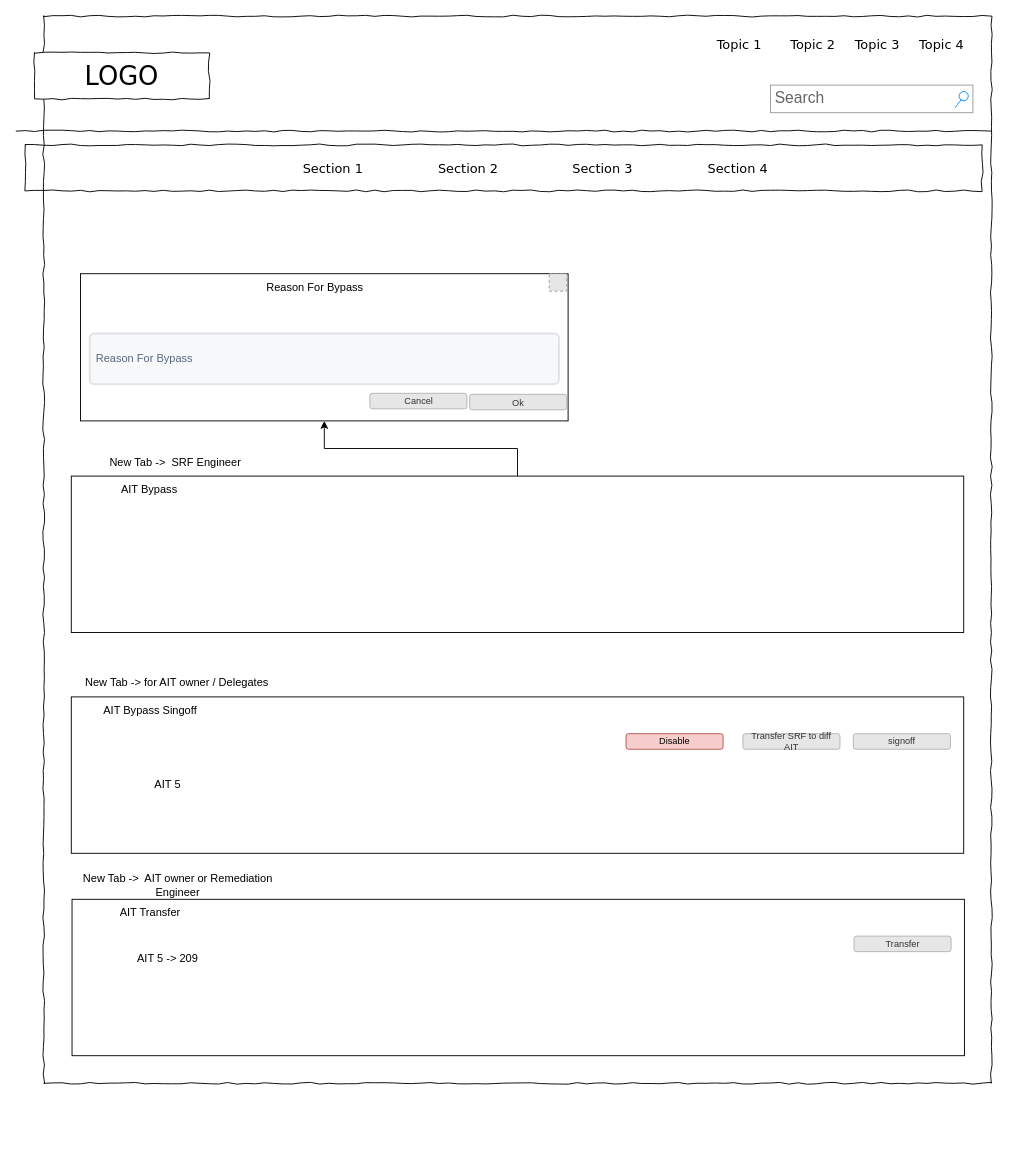
The draw.io diagram page "Page-1" (1 of 2) of EPS - PI-17 - Use-cases.drawio in nilaratandas/drowInventory, before the edit. Source tidied: cells renumbered, new cells numbered last; positions are measured from the earlier drawing's top-left corner, leaving out a move shared by most shapes. Both pictures are drawn from the tidied source at 92%, with x=0, y=0 at pixel (16, 16). Pictures stored in the file or linked from it are replaced by grey dashed boxes.
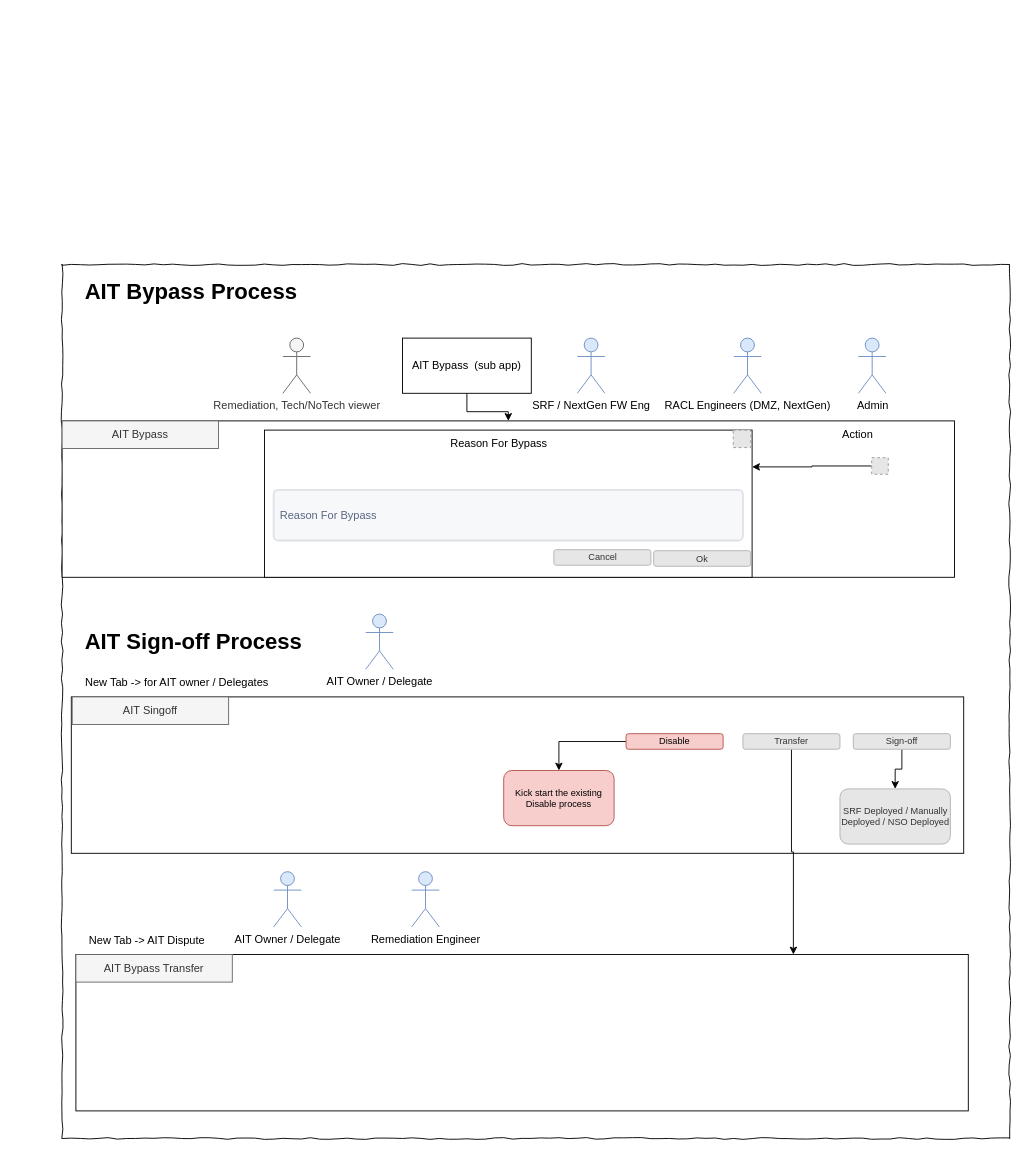
The same diagram, later.

Diff of the diagram source:
```diff
@@
     <mxCell id="2" style="whiteSpace=wrap;html=1;rounded=0;shadow=0;labelBackgroundColor=none;strokeColor=#000000;strokeWidth=1;fillColor=none;fontFamily=Verdana;fontSize=12;fontColor=#000000;align=center;comic=1;" parent="1" vertex="1">
-      <mxGeometry x="30" width="1030" height="1160" as="geometry" />
+      <mxGeometry x="50" y="270" width="1030" height="950" as="geometry" />
     </mxCell>
-    <mxCell id="3" value="LOGO" style="whiteSpace=wrap;html=1;rounded=0;shadow=0;labelBackgroundColor=none;strokeWidth=1;fontFamily=Verdana;fontSize=28;align=center;comic=1;" parent="1" vertex="1">
-      <mxGeometry x="20" y="40" width="190" height="50" as="geometry" />
-    </mxCell>
-    <mxCell id="4" value="Search" style="strokeWidth=1;shadow=0;dashed=0;align=center;html=1;shape=mxgraph.mockup.forms.searchBox;strokeColor=#999999;mainText=;strokeColor2=#008cff;fontColor=#666666;fontSize=17;align=left;spacingLeft=3;rounded=0;labelBackgroundColor=none;comic=1;" parent="1" vertex="1">
-      <mxGeometry x="820" y="75" width="220" height="30" as="geometry" />
-    </mxCell>
-    <mxCell id="5" value="Topic 1" style="text;html=1;align=left;verticalAlign=top;spacingTop=-4;fontSize=14;fontFamily=Verdana;" parent="1" vertex="1">
-      <mxGeometry x="760" y="20" width="60" height="20" as="geometry" />
-    </mxCell>
-    <mxCell id="6" value="Topic 2" style="text;html=1;align=left;verticalAlign=top;spacingTop=-4;fontSize=14;fontFamily=Verdana;" parent="1" vertex="1">
-      <mxGeometry x="840" y="20" width="60" height="20" as="geometry" />
-    </mxCell>
-    <mxCell id="7" value="Topic 3" style="text;html=1;align=left;verticalAlign=top;spacingTop=-4;fontSize=14;fontFamily=Verdana;" parent="1" vertex="1">
-      <mxGeometry x="910" y="20" width="60" height="20" as="geometry" />
-    </mxCell>
-    <mxCell id="8" value="Topic 4" style="text;html=1;align=left;verticalAlign=top;spacingTop=-4;fontSize=14;fontFamily=Verdana;" parent="1" vertex="1">
-      <mxGeometry x="980" y="20" width="60" height="20" as="geometry" />
-    </mxCell>
-    <mxCell id="9" style="line;strokeWidth=1;html=1;rounded=0;shadow=0;labelBackgroundColor=none;fillColor=none;fontFamily=Verdana;fontSize=14;fontColor=#000000;align=center;comic=1;" parent="1" vertex="1">
-      <mxGeometry y="120" width="1060" height="10" as="geometry" />
-    </mxCell>
-    <mxCell id="10" style="whiteSpace=wrap;html=1;rounded=0;shadow=0;labelBackgroundColor=none;strokeWidth=1;fillColor=none;fontFamily=Verdana;fontSize=12;align=center;comic=1;" parent="1" vertex="1">
-      <mxGeometry x="10" y="140" width="1040" height="50" as="geometry" />
-    </mxCell>
-    <mxCell id="11" value="Section 1" style="text;html=1;align=left;verticalAlign=top;spacingTop=-4;fontSize=14;fontFamily=Verdana;" parent="1" vertex="1">
-      <mxGeometry x="310" y="155" width="60" height="20" as="geometry" />
-    </mxCell>
-    <mxCell id="12" value="Section 2" style="text;html=1;align=left;verticalAlign=top;spacingTop=-4;fontSize=14;fontFamily=Verdana;" parent="1" vertex="1">
-      <mxGeometry x="457" y="155" width="60" height="20" as="geometry" />
-    </mxCell>
-    <mxCell id="13" value="Section 3" style="text;html=1;align=left;verticalAlign=top;spacingTop=-4;fontSize=14;fontFamily=Verdana;" parent="1" vertex="1">
-      <mxGeometry x="603" y="155" width="60" height="20" as="geometry" />
-    </mxCell>
-    <mxCell id="14" value="Section 4" style="text;html=1;align=left;verticalAlign=top;spacingTop=-4;fontSize=14;fontFamily=Verdana;" parent="1" vertex="1">
-      <mxGeometry x="750" y="155" width="60" height="20" as="geometry" />
-    </mxCell>
+    <mxCell id="25" style="rounded=0;whiteSpace=wrap;html=1;" parent="1" vertex="1">
+      <mxGeometry x="60" y="740" width="970" height="170" as="geometry" />
+    </mxCell>
+    <mxCell id="26" value="AIT Singoff" style="text;html=1;strokeColor=#666666;fillColor=#f5f5f5;align=center;verticalAlign=middle;whiteSpace=wrap;rounded=0;fontColor=#333333;" parent="1" vertex="1">
+      <mxGeometry x="61" y="740" width="170" height="30" as="geometry" />
+    </mxCell>
+    <mxCell id="27" value="New Tab -&amp;gt; for AIT owner / Delegates" style="text;html=1;strokeColor=none;fillColor=none;align=center;verticalAlign=middle;whiteSpace=wrap;rounded=0;" parent="1" vertex="1">
+      <mxGeometry x="60" y="710" width="230" height="30" as="geometry" />
+    </mxCell>
+    <mxCell id="37" style="edgeStyle=orthogonalEdgeStyle;rounded=0;jettySize=auto;html=1;" parent="1" edge="1" source="28" target="55">
+      <mxGeometry relative="1" as="geometry" />
+    </mxCell>
+    <mxCell id="28" value="Sign-off" style="rounded=1;html=1;shadow=0;dashed=0;whiteSpace=wrap;fontSize=10;fillColor=#E6E6E6;align=center;strokeColor=#B3B3B3;fontColor=#333333;" parent="1" vertex="1">
+      <mxGeometry x="910" y="780" width="105.5" height="16.9" as="geometry" />
+    </mxCell>
+    <mxCell id="38" style="edgeStyle=orthogonalEdgeStyle;rounded=0;jettySize=auto;html=1;entryX=0.804;entryY=0;entryDx=0;entryDy=0;entryPerimeter=0;" parent="1" edge="1" source="29" target="30">
+      <mxGeometry relative="1" as="geometry" />
+    </mxCell>
+    <mxCell id="29" value="Transfer" style="rounded=1;html=1;shadow=0;dashed=0;whiteSpace=wrap;fontSize=10;fillColor=#E6E6E6;align=center;strokeColor=#B3B3B3;fontColor=#333333;" parent="1" vertex="1">
+      <mxGeometry x="790" y="780" width="105.5" height="16.9" as="geometry" />
+    </mxCell>
+    <mxCell id="39" style="edgeStyle=orthogonalEdgeStyle;rounded=0;jettySize=auto;html=1;" parent="1" edge="1" source="34" target="54">
+      <mxGeometry relative="1" as="geometry" />
+    </mxCell>
+    <mxCell id="34" value="Disable" style="rounded=1;html=1;shadow=0;dashed=0;whiteSpace=wrap;fontSize=10;fillColor=#f8cecc;align=center;strokeColor=#b85450;" parent="1" vertex="1">
+      <mxGeometry x="663" y="780" width="105.5" height="16.9" as="geometry" />
+    </mxCell>
+    <mxCell id="40" value="&lt;h1&gt;AIT Bypass Process&lt;/h1&gt;" style="text;html=1;strokeColor=none;fillColor=none;spacing=5;spacingTop=-20;whiteSpace=wrap;overflow=hidden;rounded=0;" parent="1" vertex="1">
+      <mxGeometry x="70" y="280" width="320" height="50" as="geometry" />
+    </mxCell>
+    <mxCell id="41" style="group;" parent="1" vertex="1">
+      <mxGeometry x="50" y="350" width="970" height="260" as="geometry" />
+    </mxCell>
+    <mxCell id="42" style="group;" parent="41" vertex="1">
+      <mxGeometry y="60" width="970" height="200" as="geometry" />
+    </mxCell>
+    <mxCell id="22" style="rounded=0;whiteSpace=wrap;html=1;" parent="42" vertex="1">
+      <mxGeometry y="30" width="970" height="170" as="geometry" />
+    </mxCell>
+    <mxCell id="23" value="AIT Bypass" style="text;html=1;strokeColor=#666666;fillColor=#f5f5f5;align=center;verticalAlign=middle;whiteSpace=wrap;rounded=0;fontColor=#333333;" parent="42" vertex="1">
+      <mxGeometry y="30" width="170" height="30" as="geometry" />
+    </mxCell>
+    <mxCell id="43" style="group;" parent="42" vertex="1">
+      <mxGeometry x="220" y="40" width="530" height="160" as="geometry" />
+    </mxCell>
-    <mxCell id="15" style="rounded=0;whiteSpace=wrap;html=1;" parent="1" vertex="1">
-      <mxGeometry x="70" y="280" width="530" height="160" as="geometry" />
+    <mxCell id="15" style="rounded=0;whiteSpace=wrap;html=1;" parent="43" vertex="1">
+      <mxGeometry width="530" height="160" as="geometry" />
     </mxCell>
-    <mxCell id="16" value="Reason For Bypass" style="text;html=1;strokeColor=none;fillColor=none;align=center;verticalAlign=middle;whiteSpace=wrap;rounded=0;" parent="1" vertex="1">
-      <mxGeometry x="240" y="280" width="170" height="30" as="geometry" />
+    <mxCell id="16" value="Reason For Bypass" style="text;html=1;strokeColor=none;fillColor=none;align=center;verticalAlign=middle;whiteSpace=wrap;rounded=0;" parent="43" vertex="1">
+      <mxGeometry x="170" width="170" height="30" as="geometry" />
     </mxCell>
-    <mxCell id="17" value="Ok" style="rounded=1;html=1;shadow=0;dashed=0;whiteSpace=wrap;fontSize=10;fillColor=#E6E6E6;align=center;strokeColor=#B3B3B3;fontColor=#333333;" parent="1" vertex="1">
-      <mxGeometry x="493" y="411.1" width="105.5" height="16.9" as="geometry" />
+    <mxCell id="17" value="Ok" style="rounded=1;html=1;shadow=0;dashed=0;whiteSpace=wrap;fontSize=10;fillColor=#E6E6E6;align=center;strokeColor=#B3B3B3;fontColor=#333333;" parent="43" vertex="1">
+      <mxGeometry x="423" y="131.1" width="105.5" height="16.9" as="geometry" />
     </mxCell>
-    <mxCell id="18" value="Cancel" style="rounded=1;html=1;shadow=0;dashed=0;whiteSpace=wrap;fontSize=10;fillColor=#E6E6E6;align=center;strokeColor=#B3B3B3;fontColor=#333333;" parent="1" vertex="1">
-      <mxGeometry x="384.5" y="410" width="105.5" height="16.9" as="geometry" />
+    <mxCell id="18" value="Cancel" style="rounded=1;html=1;shadow=0;dashed=0;whiteSpace=wrap;fontSize=10;fillColor=#E6E6E6;align=center;strokeColor=#B3B3B3;fontColor=#333333;" parent="43" vertex="1">
+      <mxGeometry x="314.5" y="130" width="105.5" height="16.9" as="geometry" />
     </mxCell>
-    <mxCell id="19" value="Reason For Bypass" style="rounded=1;arcSize=9;fillColor=#F7F8F9;align=left;spacingLeft=5;strokeColor=#DEE1E6;html=1;strokeWidth=2;fontColor=#596780;fontSize=12;" parent="1" vertex="1">
-      <mxGeometry x="80" y="345" width="510" height="55" as="geometry" />
+    <mxCell id="19" value="Reason For Bypass" style="rounded=1;arcSize=9;fillColor=#F7F8F9;align=left;spacingLeft=5;strokeColor=#DEE1E6;html=1;strokeWidth=2;fontColor=#596780;fontSize=12;" parent="43" vertex="1">
+      <mxGeometry x="10" y="65" width="510" height="55" as="geometry" />
     </mxCell>
-    <mxCell id="20" style="fillColor=#E6E6E6;strokeColor=#999999;dashed=1;html=1;verticalAlign=top;verticalLabelPosition=bottom;labelBackgroundColor=#ffffff;" parent="1" vertex="1">
-      <mxGeometry x="579.5" y="280" width="19" height="19" as="geometry" />
+    <mxCell id="20" style="fillColor=#E6E6E6;strokeColor=#999999;dashed=1;html=1;verticalAlign=top;verticalLabelPosition=bottom;labelBackgroundColor=#ffffff;" parent="43" vertex="1">
+      <mxGeometry x="509.5" width="19" height="19" as="geometry" />
     </mxCell>
-    <mxCell id="21" style="edgeStyle=orthogonalEdgeStyle;rounded=0;jettySize=auto;html=1;" parent="1" edge="1" source="22" target="15">
-      <mxGeometry relative="1" as="geometry" />
-    </mxCell>
-    <mxCell id="22" style="rounded=0;whiteSpace=wrap;html=1;" parent="1" vertex="1">
-      <mxGeometry x="60" y="500" width="970" height="170" as="geometry" />
-    </mxCell>
-    <mxCell id="23" value="AIT Bypass" style="text;html=1;strokeColor=none;fillColor=none;align=center;verticalAlign=middle;whiteSpace=wrap;rounded=0;" parent="1" vertex="1">
-      <mxGeometry x="60" y="500" width="170" height="30" as="geometry" />
-    </mxCell>
-    <mxCell id="24" value="New Tab -&amp;gt;&amp;nbsp; SRF Engineer&amp;nbsp;" style="text;html=1;strokeColor=none;fillColor=none;align=center;verticalAlign=middle;whiteSpace=wrap;rounded=0;" parent="1" vertex="1">
-      <mxGeometry x="60" y="470" width="230" height="30" as="geometry" />
-    </mxCell>
-    <mxCell id="25" style="rounded=0;whiteSpace=wrap;html=1;" parent="1" vertex="1">
-      <mxGeometry x="60" y="740" width="970" height="170" as="geometry" />
-    </mxCell>
-    <mxCell id="26" value="AIT Bypass Singoff" style="text;html=1;strokeColor=none;fillColor=none;align=center;verticalAlign=middle;whiteSpace=wrap;rounded=0;" parent="1" vertex="1">
-      <mxGeometry x="61" y="740" width="170" height="30" as="geometry" />
-    </mxCell>
-    <mxCell id="27" value="New Tab -&amp;gt; for AIT owner / Delegates" style="text;html=1;strokeColor=none;fillColor=none;align=center;verticalAlign=middle;whiteSpace=wrap;rounded=0;" parent="1" vertex="1">
-      <mxGeometry x="60" y="710" width="230" height="30" as="geometry" />
-    </mxCell>
-    <mxCell id="28" value="signoff" style="rounded=1;html=1;shadow=0;dashed=0;whiteSpace=wrap;fontSize=10;fillColor=#E6E6E6;align=center;strokeColor=#B3B3B3;fontColor=#333333;" parent="1" vertex="1">
-      <mxGeometry x="910" y="780" width="105.5" height="16.9" as="geometry" />
-    </mxCell>
-    <mxCell id="29" value="Transfer SRF to diff AIT" style="rounded=1;html=1;shadow=0;dashed=0;whiteSpace=wrap;fontSize=10;fillColor=#E6E6E6;align=center;strokeColor=#B3B3B3;fontColor=#333333;" parent="1" vertex="1">
-      <mxGeometry x="790" y="780" width="105.5" height="16.9" as="geometry" />
-    </mxCell>
+    <mxCell id="44" style="edgeStyle=orthogonalEdgeStyle;rounded=0;jettySize=auto;html=1;entryX=1;entryY=0.25;entryDx=0;entryDy=0;" parent="42" edge="1" source="45" target="15">
+      <mxGeometry relative="1" as="geometry" />
+    </mxCell>
+    <mxCell id="45" style="fillColor=#E6E6E6;strokeColor=#999999;dashed=1;html=1;verticalAlign=top;verticalLabelPosition=bottom;labelBackgroundColor=#ffffff;" parent="42" vertex="1">
+      <mxGeometry x="880" y="70" width="18" height="18" as="geometry" />
+    </mxCell>
+    <mxCell id="46" value="Action" style="text;html=1;strokeColor=none;fillColor=none;align=center;verticalAlign=middle;whiteSpace=wrap;rounded=0;" parent="42" vertex="1">
+      <mxGeometry x="780" y="30" width="170" height="30" as="geometry" />
+    </mxCell>
+    <mxCell id="47" style="edgeStyle=orthogonalEdgeStyle;rounded=0;jettySize=auto;html=1;" parent="41" edge="1" source="48" target="22">
+      <mxGeometry relative="1" as="geometry" />
+    </mxCell>
+    <mxCell id="48" value="AIT Bypass&amp;nbsp; (sub app)" style="rounded=0;whiteSpace=wrap;html=1;" parent="41" vertex="1">
+      <mxGeometry x="370" width="140" height="60" as="geometry" />
+    </mxCell>
+    <mxCell id="49" value="RACL Engineers (DMZ, NextGen)" style="shape=umlActor;verticalLabelPosition=bottom;verticalAlign=top;html=1;fillColor=#dae8fc;strokeColor=#6c8ebf;" parent="41" vertex="1">
+      <mxGeometry x="730" width="30" height="60" as="geometry" />
+    </mxCell>
+    <mxCell id="50" value="SRF / NextGen FW Eng" style="shape=umlActor;verticalLabelPosition=bottom;verticalAlign=top;html=1;fillColor=#dae8fc;strokeColor=#6c8ebf;" parent="41" vertex="1">
+      <mxGeometry x="560" width="30" height="60" as="geometry" />
+    </mxCell>
+    <mxCell id="51" value="Admin" style="shape=umlActor;verticalLabelPosition=bottom;verticalAlign=top;html=1;fillColor=#dae8fc;strokeColor=#6c8ebf;" parent="41" vertex="1">
+      <mxGeometry x="865.5" width="30" height="60" as="geometry" />
+    </mxCell>
+    <mxCell id="52" value="Remediation, Tech/NoTech viewer" style="shape=umlActor;verticalLabelPosition=bottom;verticalAlign=top;html=1;fillColor=#f5f5f5;fontColor=#333333;strokeColor=#666666;" parent="41" vertex="1">
+      <mxGeometry x="240" width="30" height="60" as="geometry" />
+    </mxCell>
+    <mxCell id="53" value="&lt;h1&gt;AIT Sign-off Process&lt;/h1&gt;" style="text;html=1;strokeColor=none;fillColor=none;spacing=5;spacingTop=-20;whiteSpace=wrap;overflow=hidden;rounded=0;" parent="1" vertex="1">
+      <mxGeometry x="70" y="660" width="320" height="50" as="geometry" />
+    </mxCell>
+    <mxCell id="54" value="Kick start the existing Disable process" style="whiteSpace=wrap;html=1;fontSize=10;fillColor=#f8cecc;strokeColor=#b85450;rounded=1;shadow=0;dashed=0;" parent="1" vertex="1">
+      <mxGeometry x="530" y="820" width="120" height="60" as="geometry" />
+    </mxCell>
+    <mxCell id="55" value="SRF Deployed / Manually Deployed / NSO Deployed" style="whiteSpace=wrap;html=1;fontSize=10;fillColor=#E6E6E6;strokeColor=#B3B3B3;fontColor=#333333;rounded=1;shadow=0;dashed=0;" parent="1" vertex="1">
+      <mxGeometry x="895.5" y="840" width="120" height="60" as="geometry" />
+    </mxCell>
+    <mxCell id="56" value="AIT Owner / Delegate" style="shape=umlActor;verticalLabelPosition=bottom;verticalAlign=top;html=1;fillColor=#dae8fc;strokeColor=#6c8ebf;" parent="1" vertex="1">
+      <mxGeometry x="380" y="650" width="30" height="60" as="geometry" />
+    </mxCell>
+    <mxCell id="57" style="group;" parent="1" vertex="1">
+      <mxGeometry x="65" y="930" width="970" height="260" as="geometry" />
+    </mxCell>
+    <mxCell id="58" style="group;" parent="57" vertex="1">
+      <mxGeometry y="60" width="970" height="200" as="geometry" />
+    </mxCell>
-    <mxCell id="30" style="rounded=0;whiteSpace=wrap;html=1;" parent="1" vertex="1">
-      <mxGeometry x="60.8" y="960" width="970" height="170" as="geometry" />
+    <mxCell id="30" style="rounded=0;whiteSpace=wrap;html=1;" parent="58" vertex="1">
+      <mxGeometry y="30" width="970" height="170" as="geometry" />
     </mxCell>
-    <mxCell id="31" value="AIT Transfer" style="text;html=1;strokeColor=none;fillColor=none;align=center;verticalAlign=middle;whiteSpace=wrap;rounded=0;" parent="1" vertex="1">
-      <mxGeometry x="60.8" y="960" width="170" height="30" as="geometry" />
+    <mxCell id="31" value="AIT Bypass Transfer" style="text;html=1;strokeColor=#666666;fillColor=#f5f5f5;align=center;verticalAlign=middle;whiteSpace=wrap;rounded=0;fontColor=#333333;" parent="58" vertex="1">
+      <mxGeometry y="30" width="170" height="30" as="geometry" />
     </mxCell>
-    <mxCell id="32" value="New Tab -&amp;gt;&amp;nbsp; AIT owner or Remediation Engineer" style="text;html=1;strokeColor=none;fillColor=none;align=center;verticalAlign=middle;whiteSpace=wrap;rounded=0;" parent="1" vertex="1">
-      <mxGeometry x="60.8" y="930" width="230" height="30" as="geometry" />
+    <mxCell id="32" value="New Tab -&amp;gt; AIT Dispute" style="text;html=1;strokeColor=none;fillColor=none;align=center;verticalAlign=middle;whiteSpace=wrap;rounded=0;" parent="58" vertex="1">
+      <mxGeometry x="-5" width="165" height="30" as="geometry" />
     </mxCell>
-    <mxCell id="33" value="Transfer" style="rounded=1;html=1;shadow=0;dashed=0;whiteSpace=wrap;fontSize=10;fillColor=#E6E6E6;align=center;strokeColor=#B3B3B3;fontColor=#333333;" parent="1" vertex="1">
-      <mxGeometry x="910.8" y="1000" width="105.5" height="16.9" as="geometry" />
-    </mxCell>
-    <mxCell id="34" value="Disable" style="rounded=1;html=1;shadow=0;dashed=0;whiteSpace=wrap;fontSize=10;fillColor=#f8cecc;align=center;strokeColor=#b85450;" parent="1" vertex="1">
-      <mxGeometry x="663" y="780" width="105.5" height="16.9" as="geometry" />
-    </mxCell>
-    <mxCell id="35" value="AIT 5" style="text;html=1;strokeColor=none;fillColor=none;align=center;verticalAlign=middle;whiteSpace=wrap;rounded=0;" parent="1" vertex="1">
-      <mxGeometry x="80" y="820" width="170" height="30" as="geometry" />
-    </mxCell>
-    <mxCell id="36" value="AIT 5 -&amp;gt; 209" style="text;html=1;strokeColor=none;fillColor=none;align=center;verticalAlign=middle;whiteSpace=wrap;rounded=0;" parent="1" vertex="1">
-      <mxGeometry x="80" y="1010" width="170" height="30" as="geometry" />
-    </mxCell>
+    <mxCell id="59" value="AIT Owner / Delegate" style="shape=umlActor;verticalLabelPosition=bottom;verticalAlign=top;html=1;fillColor=#dae8fc;strokeColor=#6c8ebf;" parent="57" vertex="1">
+      <mxGeometry x="215" width="30" height="60" as="geometry" />
+    </mxCell>
+    <mxCell id="60" value="Remediation Engineer" style="shape=umlActor;verticalLabelPosition=bottom;verticalAlign=top;html=1;fillColor=#dae8fc;strokeColor=#6c8ebf;" parent="57" vertex="1">
+      <mxGeometry x="365" width="30" height="60" as="geometry" />
+    </mxCell>
```
